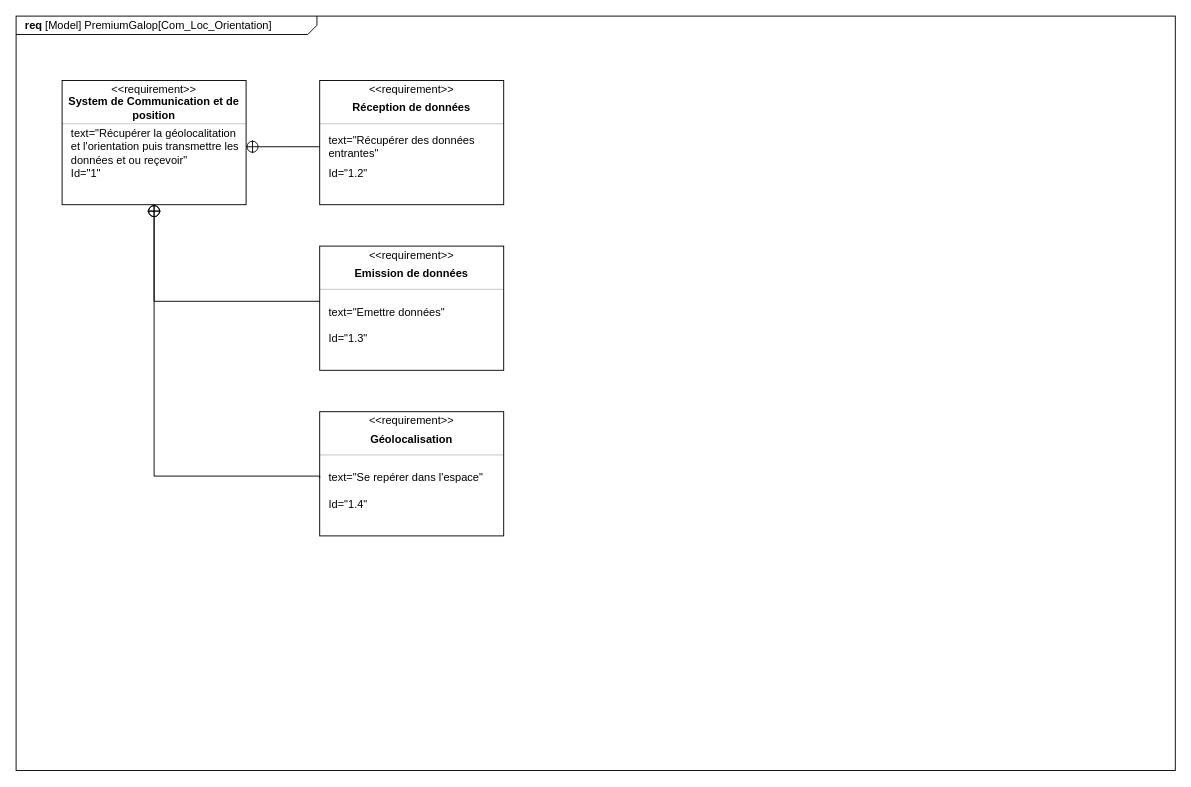
The draw.io diagram SYSML/Req_communication_géolocalisation_orientation.drawio in ToGen49/Hippodrome, before the edit. Source tidied: cells renumbered, new cells numbered last; positions are measured from the earlier drawing's top-left corner, leaving out a move shared by most shapes. Both pictures are drawn from the tidied source at 92%, with x=0, y=0 at pixel (16, 16).
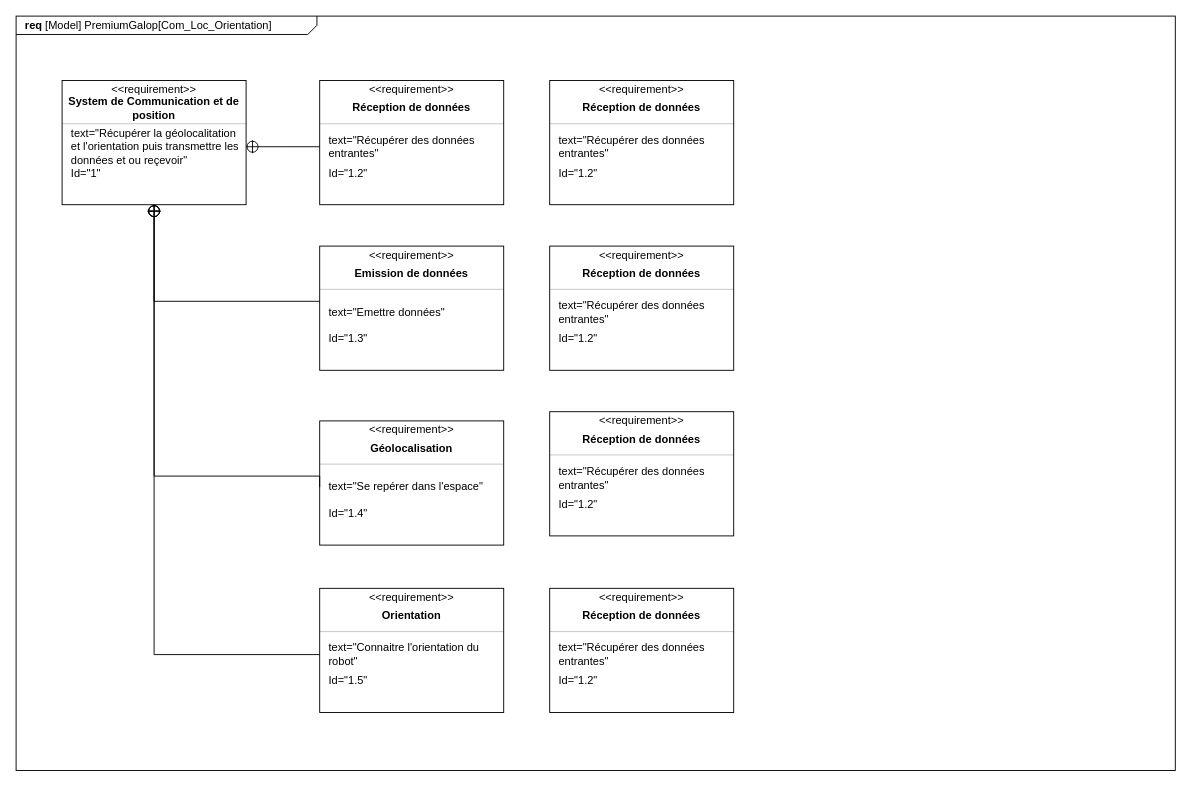
Above is the later version.

Commit message:
Mettre à jour Req_communication_géolocalisation_orientation.drawio

The change refers to these unchanged cells:
```xml
<mxCell id="9" style="html=1;align=center;spacing=0;verticalAlign=middle;strokeColor=none;fillColor=none;whiteSpace=wrap;" parent="3" vertex="1">
  <mxGeometry y="109" width="200" height="26" as="geometry" />
</mxCell>
```

The edit, as a diff of the source:
```diff
@@
     <mxCell id="26" style="fontStyle=1;align=center;verticalAlign=middle;horizontal=1;" parent="1" vertex="1">
-      <mxGeometry x="330" y="430" width="200" height="135" as="geometry" />
+      <mxGeometry x="330" y="440" width="200" height="135" as="geometry" />
     </mxCell>
@@
+    <mxCell id="34" style="fontStyle=1;align=center;verticalAlign=middle;horizontal=1;" parent="1" vertex="1">
+      <mxGeometry x="330" y="622" width="200" height="135" as="geometry" />
+    </mxCell>
+    <mxCell id="35" value="&amp;lt;&amp;lt;requirement&amp;gt;&amp;gt;" style="html=1;align=center;spacing=0;verticalAlign=middle;strokeColor=none;fillColor=none;whiteSpace=wrap;spacingTop=3;" parent="34" vertex="1">
+      <mxGeometry width="200" height="16" as="geometry" />
+    </mxCell>
+    <mxCell id="36" value="Orientation" style="html=1;align=center;spacing=0;verticalAlign=middle;strokeColor=none;fillColor=none;whiteSpace=wrap;fontStyle=1;" parent="34" vertex="1">
+      <mxGeometry y="16" width="200" height="27" as="geometry" />
+    </mxCell>
+    <mxCell id="37" style="line;strokeWidth=0.25;fillColor=none;align=left;verticalAlign=middle;spacingTop=-1;spacingLeft=3;spacingRight=3;labelPosition=right;" parent="34" vertex="1">
+      <mxGeometry y="43" width="200" height="8" as="geometry" />
+    </mxCell>
+    <mxCell id="38" value="text=&quot;Connaitre l'orientation du robot&quot;" style="html=1;align=left;spacing=0;verticalAlign=middle;strokeColor=none;fillColor=none;whiteSpace=wrap;spacingLeft=10;" parent="34" vertex="1">
+      <mxGeometry y="51" width="200" height="42" as="geometry" />
+    </mxCell>
+    <mxCell id="39" value="Id=&quot;1.5&lt;span style=&quot;background-color: transparent; color: light-dark(rgb(0, 0, 0), rgb(255, 255, 255));&quot;&gt;&quot;&lt;/span&gt;" style="html=1;align=left;spacing=0;verticalAlign=middle;strokeColor=none;fillColor=none;whiteSpace=wrap;spacingLeft=10;" parent="34" vertex="1">
+      <mxGeometry y="93" width="200" height="16" as="geometry" />
+    </mxCell>
+    <mxCell id="40" style="html=1;align=center;spacing=0;verticalAlign=middle;strokeColor=none;fillColor=none;whiteSpace=wrap;" parent="34" vertex="1">
+      <mxGeometry y="109" width="200" height="26" as="geometry" />
+    </mxCell>
+    <mxCell id="41" style="rounded=0;html=1;labelBackgroundColor=none;endArrow=none;edgeStyle=elbowEdgeStyle;elbow=vertical;startArrow=sysMLPackCont;startSize=12;entryX=0;entryY=0.5;entryDx=0;entryDy=0;exitX=0.5;exitY=1;exitDx=0;exitDy=0;" parent="1" edge="1" source="9" target="38">
+      <mxGeometry relative="1" as="geometry">
+        <Array as="points">
+          <mxPoint x="240" y="694" />
+        </Array>
+      </mxGeometry>
+    </mxCell>
+    <mxCell id="42" style="fontStyle=1;align=center;verticalAlign=middle;horizontal=1;" parent="1" vertex="1">
+      <mxGeometry x="580" y="70" width="200" height="135" as="geometry" />
+    </mxCell>
+    <mxCell id="43" value="&amp;lt;&amp;lt;requirement&amp;gt;&amp;gt;" style="html=1;align=center;spacing=0;verticalAlign=middle;strokeColor=none;fillColor=none;whiteSpace=wrap;spacingTop=3;" parent="42" vertex="1">
+      <mxGeometry width="200" height="16" as="geometry" />
+    </mxCell>
+    <mxCell id="44" value="Réception de données" style="html=1;align=center;spacing=0;verticalAlign=middle;strokeColor=none;fillColor=none;whiteSpace=wrap;fontStyle=1;" parent="42" vertex="1">
+      <mxGeometry y="16" width="200" height="27" as="geometry" />
+    </mxCell>
+    <mxCell id="45" style="line;strokeWidth=0.25;fillColor=none;align=left;verticalAlign=middle;spacingTop=-1;spacingLeft=3;spacingRight=3;labelPosition=right;" parent="42" vertex="1">
+      <mxGeometry y="43" width="200" height="8" as="geometry" />
+    </mxCell>
+    <mxCell id="46" value="text=&quot;Récupérer des données entrantes&quot;" style="html=1;align=left;spacing=0;verticalAlign=middle;strokeColor=none;fillColor=none;whiteSpace=wrap;spacingLeft=10;" parent="42" vertex="1">
+      <mxGeometry y="51" width="200" height="42" as="geometry" />
+    </mxCell>
+    <mxCell id="47" value="Id=&quot;1.2&quot;" style="html=1;align=left;spacing=0;verticalAlign=middle;strokeColor=none;fillColor=none;whiteSpace=wrap;spacingLeft=10;" parent="42" vertex="1">
+      <mxGeometry y="93" width="200" height="16" as="geometry" />
+    </mxCell>
+    <mxCell id="48" style="html=1;align=center;spacing=0;verticalAlign=middle;strokeColor=none;fillColor=none;whiteSpace=wrap;" parent="42" vertex="1">
+      <mxGeometry y="109" width="200" height="26" as="geometry" />
+    </mxCell>
+    <mxCell id="49" style="fontStyle=1;align=center;verticalAlign=middle;horizontal=1;" parent="1" vertex="1">
+      <mxGeometry x="580" y="250" width="200" height="135" as="geometry" />
+    </mxCell>
+    <mxCell id="50" value="&amp;lt;&amp;lt;requirement&amp;gt;&amp;gt;" style="html=1;align=center;spacing=0;verticalAlign=middle;strokeColor=none;fillColor=none;whiteSpace=wrap;spacingTop=3;" parent="49" vertex="1">
+      <mxGeometry width="200" height="16" as="geometry" />
+    </mxCell>
+    <mxCell id="51" value="Réception de données" style="html=1;align=center;spacing=0;verticalAlign=middle;strokeColor=none;fillColor=none;whiteSpace=wrap;fontStyle=1;" parent="49" vertex="1">
+      <mxGeometry y="16" width="200" height="27" as="geometry" />
+    </mxCell>
+    <mxCell id="52" style="line;strokeWidth=0.25;fillColor=none;align=left;verticalAlign=middle;spacingTop=-1;spacingLeft=3;spacingRight=3;labelPosition=right;" parent="49" vertex="1">
+      <mxGeometry y="43" width="200" height="8" as="geometry" />
+    </mxCell>
+    <mxCell id="53" value="text=&quot;Récupérer des données entrantes&quot;" style="html=1;align=left;spacing=0;verticalAlign=middle;strokeColor=none;fillColor=none;whiteSpace=wrap;spacingLeft=10;" parent="49" vertex="1">
+      <mxGeometry y="51" width="200" height="42" as="geometry" />
+    </mxCell>
+    <mxCell id="54" value="Id=&quot;1.2&quot;" style="html=1;align=left;spacing=0;verticalAlign=middle;strokeColor=none;fillColor=none;whiteSpace=wrap;spacingLeft=10;" parent="49" vertex="1">
+      <mxGeometry y="93" width="200" height="16" as="geometry" />
+    </mxCell>
+    <mxCell id="55" style="html=1;align=center;spacing=0;verticalAlign=middle;strokeColor=none;fillColor=none;whiteSpace=wrap;" parent="49" vertex="1">
+      <mxGeometry y="109" width="200" height="26" as="geometry" />
+    </mxCell>
+    <mxCell id="56" style="fontStyle=1;align=center;verticalAlign=middle;horizontal=1;" parent="1" vertex="1">
+      <mxGeometry x="580" y="430" width="200" height="135" as="geometry" />
+    </mxCell>
+    <mxCell id="57" value="&amp;lt;&amp;lt;requirement&amp;gt;&amp;gt;" style="html=1;align=center;spacing=0;verticalAlign=middle;strokeColor=none;fillColor=none;whiteSpace=wrap;spacingTop=3;" parent="56" vertex="1">
+      <mxGeometry width="200" height="16" as="geometry" />
+    </mxCell>
+    <mxCell id="58" value="Réception de données" style="html=1;align=center;spacing=0;verticalAlign=middle;strokeColor=none;fillColor=none;whiteSpace=wrap;fontStyle=1;" parent="56" vertex="1">
+      <mxGeometry y="16" width="200" height="27" as="geometry" />
+    </mxCell>
+    <mxCell id="59" style="line;strokeWidth=0.25;fillColor=none;align=left;verticalAlign=middle;spacingTop=-1;spacingLeft=3;spacingRight=3;labelPosition=right;" parent="56" vertex="1">
+      <mxGeometry y="43" width="200" height="8" as="geometry" />
+    </mxCell>
+    <mxCell id="60" value="text=&quot;Récupérer des données entrantes&quot;" style="html=1;align=left;spacing=0;verticalAlign=middle;strokeColor=none;fillColor=none;whiteSpace=wrap;spacingLeft=10;" parent="56" vertex="1">
+      <mxGeometry y="51" width="200" height="42" as="geometry" />
+    </mxCell>
+    <mxCell id="61" value="Id=&quot;1.2&quot;" style="html=1;align=left;spacing=0;verticalAlign=middle;strokeColor=none;fillColor=none;whiteSpace=wrap;spacingLeft=10;" parent="56" vertex="1">
+      <mxGeometry y="93" width="200" height="16" as="geometry" />
+    </mxCell>
+    <mxCell id="62" style="html=1;align=center;spacing=0;verticalAlign=middle;strokeColor=none;fillColor=none;whiteSpace=wrap;" parent="56" vertex="1">
+      <mxGeometry y="109" width="200" height="26" as="geometry" />
+    </mxCell>
+    <mxCell id="63" style="fontStyle=1;align=center;verticalAlign=middle;horizontal=1;" parent="1" vertex="1">
+      <mxGeometry x="580" y="622" width="200" height="135" as="geometry" />
+    </mxCell>
+    <mxCell id="64" value="&amp;lt;&amp;lt;requirement&amp;gt;&amp;gt;" style="html=1;align=center;spacing=0;verticalAlign=middle;strokeColor=none;fillColor=none;whiteSpace=wrap;spacingTop=3;" parent="63" vertex="1">
+      <mxGeometry width="200" height="16" as="geometry" />
+    </mxCell>
+    <mxCell id="65" value="Réception de données" style="html=1;align=center;spacing=0;verticalAlign=middle;strokeColor=none;fillColor=none;whiteSpace=wrap;fontStyle=1;" parent="63" vertex="1">
+      <mxGeometry y="16" width="200" height="27" as="geometry" />
+    </mxCell>
+    <mxCell id="66" style="line;strokeWidth=0.25;fillColor=none;align=left;verticalAlign=middle;spacingTop=-1;spacingLeft=3;spacingRight=3;labelPosition=right;" parent="63" vertex="1">
+      <mxGeometry y="43" width="200" height="8" as="geometry" />
+    </mxCell>
+    <mxCell id="67" value="text=&quot;Récupérer des données entrantes&quot;" style="html=1;align=left;spacing=0;verticalAlign=middle;strokeColor=none;fillColor=none;whiteSpace=wrap;spacingLeft=10;" parent="63" vertex="1">
+      <mxGeometry y="51" width="200" height="42" as="geometry" />
+    </mxCell>
+    <mxCell id="68" value="Id=&quot;1.2&quot;" style="html=1;align=left;spacing=0;verticalAlign=middle;strokeColor=none;fillColor=none;whiteSpace=wrap;spacingLeft=10;" parent="63" vertex="1">
+      <mxGeometry y="93" width="200" height="16" as="geometry" />
+    </mxCell>
+    <mxCell id="69" style="html=1;align=center;spacing=0;verticalAlign=middle;strokeColor=none;fillColor=none;whiteSpace=wrap;" parent="63" vertex="1">
+      <mxGeometry y="109" width="200" height="26" as="geometry" />
+    </mxCell>
```
